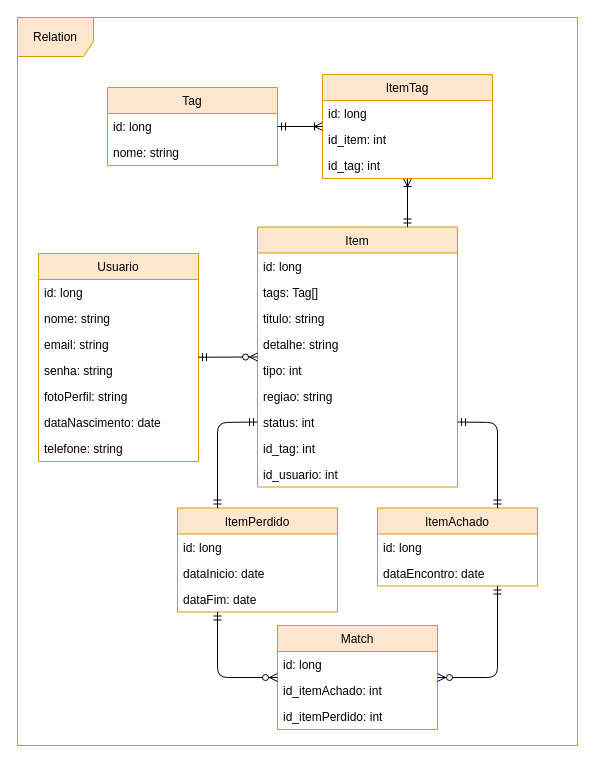
The draw.io diagram docs/DER.drawio in lucasgmagalhaes/Achei, before the edit. Source tidied: cells renumbered, new cells numbered last; positions are measured from the earlier drawing's top-left corner, leaving out a move shared by most shapes. Both pictures are drawn from the tidied source at 100%, with x=0, y=0 at pixel (17, 17).
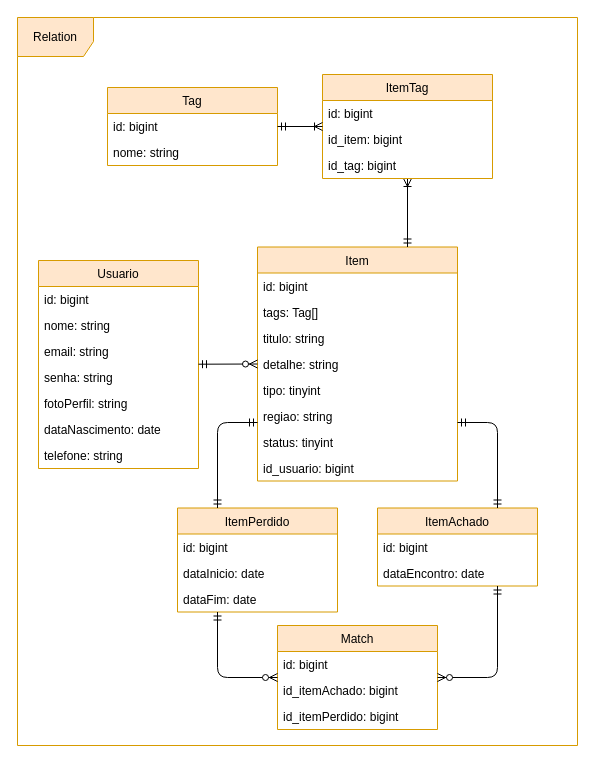
The same page after the edit.

Unchanged cells that the change refers to:
```xml
<mxCell id="13" value="Tag" style="swimlane;fontStyle=0;horizontal=1;startSize=26;fillColor=#ffe6cc;strokeColor=#d79b00;" parent="1" vertex="1">
  <mxGeometry x="90" y="70" width="170" height="78" as="geometry" />
</mxCell>
<mxCell id="16" value="ItemPerdido" style="swimlane;fontStyle=0;horizontal=1;startSize=26;fillColor=#ffe6cc;strokeColor=#d79b00;" parent="1" vertex="1">
  <mxGeometry x="160" y="490.5" width="160" height="104" as="geometry" />
</mxCell>
<mxCell id="20" value="ItemAchado" style="swimlane;fontStyle=0;horizontal=1;startSize=26;fillColor=#ffe6cc;strokeColor=#d79b00;" parent="1" vertex="1">
  <mxGeometry x="360" y="490.5" width="160" height="78" as="geometry" />
</mxCell>
<mxCell id="35" value="Match" style="swimlane;fontStyle=0;horizontal=1;startSize=26;fillColor=#ffe6cc;strokeColor=#d79b00;" parent="1" vertex="1">
  <mxGeometry x="260" y="608" width="160" height="104" as="geometry" />
</mxCell>
<mxCell id="41" value="ItemTag" style="swimlane;fontStyle=0;horizontal=1;startSize=26;fillColor=#ffe6cc;strokeColor=#d79b00;" parent="1" vertex="1">
  <mxGeometry x="305" y="57" width="170" height="104" as="geometry" />
</mxCell>
```

Change to the diagram source:
```diff
@@
     <mxCell id="3" value="Item" style="swimlane;fontStyle=0;horizontal=1;startSize=26;fillColor=#ffe6cc;strokeColor=#d79b00;" parent="1" vertex="1">
-      <mxGeometry x="240" y="209.5" width="200" height="260" as="geometry" />
+      <mxGeometry x="240" y="229.5" width="200" height="234" as="geometry" />
     </mxCell>
-    <mxCell id="4" value="id: long" style="text;strokeColor=none;fillColor=none;align=left;verticalAlign=top;spacingLeft=4;spacingRight=4;overflow=hidden;" parent="3" vertex="1">
+    <mxCell id="4" value="id: bigint" style="text;strokeColor=none;fillColor=none;align=left;verticalAlign=top;spacingLeft=4;spacingRight=4;overflow=hidden;" parent="3" vertex="1">
       <mxGeometry y="26" width="200" height="26" as="geometry" />
     </mxCell>
@@
-    <mxCell id="8" value="tipo: int" style="text;strokeColor=none;fillColor=none;align=left;verticalAlign=top;spacingLeft=4;spacingRight=4;overflow=hidden;" parent="3" vertex="1">
+    <mxCell id="8" value="tipo: tinyint" style="text;strokeColor=none;fillColor=none;align=left;verticalAlign=top;spacingLeft=4;spacingRight=4;overflow=hidden;" parent="3" vertex="1">
       <mxGeometry y="130" width="200" height="26" as="geometry" />
     </mxCell>
@@
-    <mxCell id="10" value="status: int&#10;" style="text;strokeColor=none;fillColor=none;align=left;verticalAlign=top;spacingLeft=4;spacingRight=4;overflow=hidden;" parent="3" vertex="1">
+    <mxCell id="10" value="status: tinyint&#10;" style="text;strokeColor=none;fillColor=none;align=left;verticalAlign=top;spacingLeft=4;spacingRight=4;overflow=hidden;" parent="3" vertex="1">
       <mxGeometry y="182" width="200" height="26" as="geometry" />
     </mxCell>
-    <mxCell id="11" value="id_tag: int" style="text;strokeColor=none;fillColor=none;align=left;verticalAlign=top;spacingLeft=4;spacingRight=4;overflow=hidden;" parent="3" vertex="1">
-      <mxGeometry y="208" width="200" height="26" as="geometry" />
-    </mxCell>
-    <mxCell id="12" value="id_usuario: int" style="text;strokeColor=none;fillColor=none;align=left;verticalAlign=top;spacingLeft=4;spacingRight=4;overflow=hidden;" parent="3" vertex="1">
-      <mxGeometry y="234" width="200" height="26" as="geometry" />
+    <mxCell id="12" value="id_usuario: bigint" style="text;strokeColor=none;fillColor=none;align=left;verticalAlign=top;spacingLeft=4;spacingRight=4;overflow=hidden;" parent="3" vertex="1">
+      <mxGeometry y="208" width="200" height="26" as="geometry" />
     </mxCell>
@@
-    <mxCell id="14" value="id: long" style="text;strokeColor=none;fillColor=none;align=left;verticalAlign=top;spacingLeft=4;spacingRight=4;overflow=hidden;" parent="13" vertex="1">
+    <mxCell id="14" value="id: bigint" style="text;strokeColor=none;fillColor=none;align=left;verticalAlign=top;spacingLeft=4;spacingRight=4;overflow=hidden;" parent="13" vertex="1">
       <mxGeometry y="26" width="170" height="26" as="geometry" />
     </mxCell>
@@
-    <mxCell id="17" value="id: long" style="text;strokeColor=none;fillColor=none;align=left;verticalAlign=top;spacingLeft=4;spacingRight=4;overflow=hidden;" parent="16" vertex="1">
+    <mxCell id="17" value="id: bigint" style="text;strokeColor=none;fillColor=none;align=left;verticalAlign=top;spacingLeft=4;spacingRight=4;overflow=hidden;" parent="16" vertex="1">
       <mxGeometry y="26" width="160" height="26" as="geometry" />
     </mxCell>
@@
-    <mxCell id="21" value="id: long" style="text;strokeColor=none;fillColor=none;align=left;verticalAlign=top;spacingLeft=4;spacingRight=4;overflow=hidden;" parent="20" vertex="1">
+    <mxCell id="21" value="id: bigint" style="text;strokeColor=none;fillColor=none;align=left;verticalAlign=top;spacingLeft=4;spacingRight=4;overflow=hidden;" parent="20" vertex="1">
       <mxGeometry y="26" width="160" height="26" as="geometry" />
     </mxCell>
@@
     <mxCell id="23" value="Usuario" style="swimlane;fontStyle=0;horizontal=1;startSize=26;fillColor=#ffe6cc;strokeColor=#d79b00;" parent="1" vertex="1">
-      <mxGeometry x="21" y="236" width="160" height="208" as="geometry" />
+      <mxGeometry x="21" y="243" width="160" height="208" as="geometry" />
     </mxCell>
-    <mxCell id="24" value="id: long" style="text;strokeColor=none;fillColor=none;align=left;verticalAlign=top;spacingLeft=4;spacingRight=4;overflow=hidden;" parent="23" vertex="1">
+    <mxCell id="24" value="id: bigint" style="text;strokeColor=none;fillColor=none;align=left;verticalAlign=top;spacingLeft=4;spacingRight=4;overflow=hidden;" parent="23" vertex="1">
       <mxGeometry y="26" width="160" height="26" as="geometry" />
     </mxCell>
@@
-    <mxCell id="36" value="id: long" style="text;strokeColor=none;fillColor=none;align=left;verticalAlign=top;spacingLeft=4;spacingRight=4;overflow=hidden;" parent="35" vertex="1">
+    <mxCell id="36" value="id: bigint" style="text;strokeColor=none;fillColor=none;align=left;verticalAlign=top;spacingLeft=4;spacingRight=4;overflow=hidden;" parent="35" vertex="1">
       <mxGeometry y="26" width="160" height="26" as="geometry" />
     </mxCell>
-    <mxCell id="37" value="id_itemAchado: int" style="text;strokeColor=none;fillColor=none;align=left;verticalAlign=top;spacingLeft=4;spacingRight=4;overflow=hidden;" parent="35" vertex="1">
+    <mxCell id="37" value="id_itemAchado: bigint" style="text;strokeColor=none;fillColor=none;align=left;verticalAlign=top;spacingLeft=4;spacingRight=4;overflow=hidden;" parent="35" vertex="1">
       <mxGeometry y="52" width="160" height="26" as="geometry" />
     </mxCell>
-    <mxCell id="38" value="id_itemPerdido: int" style="text;strokeColor=none;fillColor=none;align=left;verticalAlign=top;spacingLeft=4;spacingRight=4;overflow=hidden;" parent="35" vertex="1">
+    <mxCell id="38" value="id_itemPerdido: bigint" style="text;strokeColor=none;fillColor=none;align=left;verticalAlign=top;spacingLeft=4;spacingRight=4;overflow=hidden;" parent="35" vertex="1">
       <mxGeometry y="78" width="160" height="26" as="geometry" />
     </mxCell>
@@
-    <mxCell id="42" value="id: long" style="text;strokeColor=none;fillColor=none;align=left;verticalAlign=top;spacingLeft=4;spacingRight=4;overflow=hidden;" parent="41" vertex="1">
+    <mxCell id="42" value="id: bigint" style="text;strokeColor=none;fillColor=none;align=left;verticalAlign=top;spacingLeft=4;spacingRight=4;overflow=hidden;" parent="41" vertex="1">
       <mxGeometry y="26" width="170" height="26" as="geometry" />
     </mxCell>
-    <mxCell id="43" value="id_item: int" style="text;strokeColor=none;fillColor=none;align=left;verticalAlign=top;spacingLeft=4;spacingRight=4;overflow=hidden;" parent="41" vertex="1">
+    <mxCell id="43" value="id_item: bigint" style="text;strokeColor=none;fillColor=none;align=left;verticalAlign=top;spacingLeft=4;spacingRight=4;overflow=hidden;" parent="41" vertex="1">
       <mxGeometry y="52" width="170" height="26" as="geometry" />
     </mxCell>
-    <mxCell id="44" value="id_tag: int" style="text;strokeColor=none;fillColor=none;align=left;verticalAlign=top;spacingLeft=4;spacingRight=4;overflow=hidden;" parent="41" vertex="1">
+    <mxCell id="44" value="id_tag: bigint" style="text;strokeColor=none;fillColor=none;align=left;verticalAlign=top;spacingLeft=4;spacingRight=4;overflow=hidden;" parent="41" vertex="1">
       <mxGeometry y="78" width="170" height="26" as="geometry" />
     </mxCell>
```
